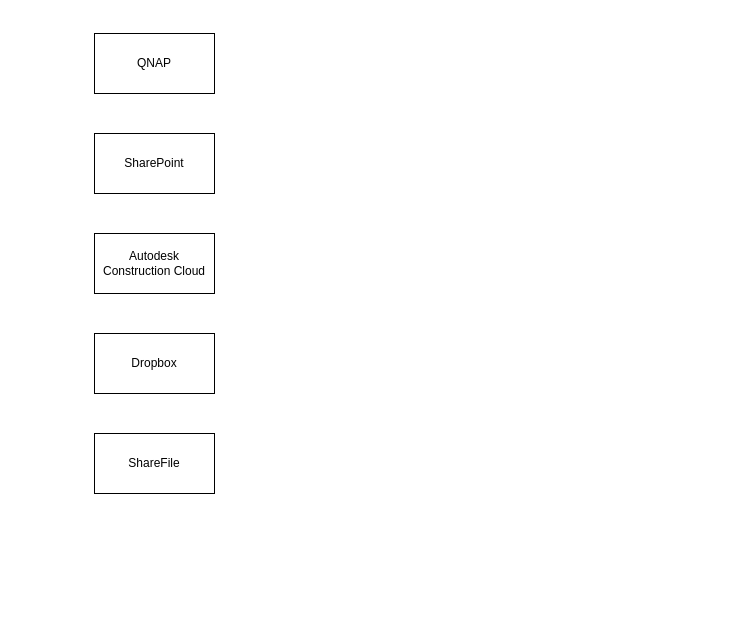
Before: StorageTopology.drawio in kyleguggy13/FFE-pyRevit, a draw.io diagram. Source tidied: cells renumbered, new cells numbered last; positions are measured from the earlier drawing's top-left corner, leaving out a move shared by most shapes. Both pictures are drawn from the tidied source at 100%, with x=0, y=0 at pixel (94, 33).
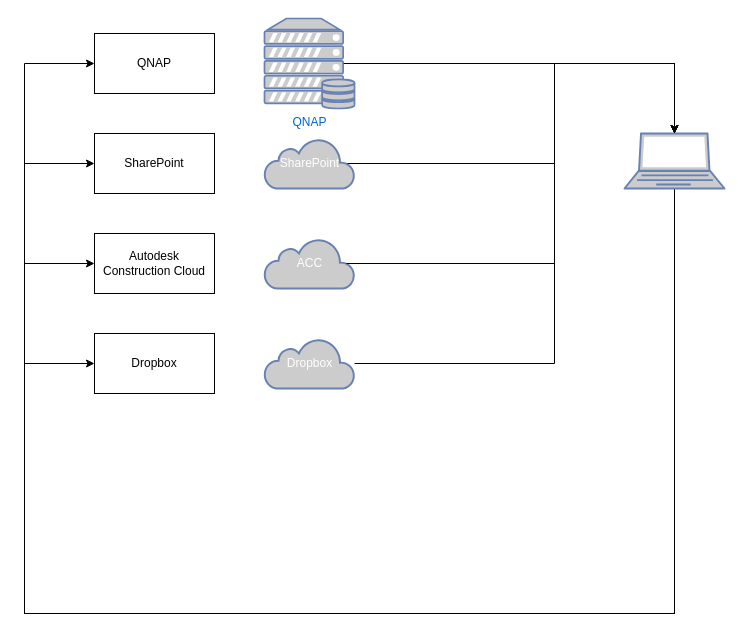
After the change.

The change refers to these unchanged cells:
```xml
<mxCell id="2" value="QNAP" style="whiteSpace=wrap;html=1;" parent="1" vertex="1">
  <mxGeometry width="120" height="60" as="geometry" />
</mxCell>
<mxCell id="3" value="SharePoint" style="whiteSpace=wrap;html=1;" parent="1" vertex="1">
  <mxGeometry y="100" width="120" height="60" as="geometry" />
</mxCell>
<mxCell id="4" value="Autodesk Construction Cloud" style="whiteSpace=wrap;html=1;" parent="1" vertex="1">
  <mxGeometry y="200" width="120" height="60" as="geometry" />
</mxCell>
<mxCell id="5" value="Dropbox" style="whiteSpace=wrap;html=1;" parent="1" vertex="1">
  <mxGeometry y="300" width="120" height="60" as="geometry" />
</mxCell>
```

The edit, as a diff of the source:
```diff
@@
-    <mxCell id="6" value="ShareFile" style="whiteSpace=wrap;html=1;" parent="1" vertex="1">
-      <mxGeometry y="400" width="120" height="60" as="geometry" />
-    </mxCell>
+    <mxCell id="7" value="QNAP" style="fontColor=#0066CC;verticalAlign=top;verticalLabelPosition=bottom;labelPosition=center;align=center;html=1;outlineConnect=0;fillColor=#CCCCCC;strokeColor=#6881B3;gradientColor=none;gradientDirection=north;strokeWidth=2;shape=mxgraph.networks.server_storage;" parent="1" vertex="1">
+      <mxGeometry x="170" y="-15" width="90" height="90" as="geometry" />
+    </mxCell>
+    <mxCell id="8" style="edgeStyle=orthogonalEdgeStyle;rounded=0;jettySize=auto;html=1;exitX=0.91;exitY=0.5;exitDx=0;exitDy=0;exitPerimeter=0;" parent="1" edge="1" source="9">
+      <mxGeometry relative="1" as="geometry">
+        <mxPoint x="580" y="100" as="targetPoint" />
+        <Array as="points">
+          <mxPoint x="460" y="130" />
+          <mxPoint x="460" y="30" />
+          <mxPoint x="580" y="30" />
+        </Array>
+      </mxGeometry>
+    </mxCell>
+    <mxCell id="9" value="SharePoint" style="html=1;outlineConnect=0;fillColor=#CCCCCC;strokeColor=#6881B3;gradientColor=none;gradientDirection=north;strokeWidth=2;shape=mxgraph.networks.cloud;fontColor=#ffffff;verticalAlign=middle;labelPosition=center;verticalLabelPosition=middle;align=center;" parent="1" vertex="1">
+      <mxGeometry x="170" y="105" width="90" height="50" as="geometry" />
+    </mxCell>
+    <mxCell id="10" value="ACC" style="html=1;outlineConnect=0;fillColor=#CCCCCC;strokeColor=#6881B3;gradientColor=none;gradientDirection=north;strokeWidth=2;shape=mxgraph.networks.cloud;fontColor=#ffffff;" parent="1" vertex="1">
+      <mxGeometry x="170" y="205" width="90" height="50" as="geometry" />
+    </mxCell>
+    <mxCell id="11" value="Dropbox" style="html=1;outlineConnect=0;fillColor=#CCCCCC;strokeColor=#6881B3;gradientColor=none;gradientDirection=north;strokeWidth=2;shape=mxgraph.networks.cloud;fontColor=#ffffff;" parent="1" vertex="1">
+      <mxGeometry x="170" y="305" width="90" height="50" as="geometry" />
+    </mxCell>
+    <mxCell id="12" style="edgeStyle=orthogonalEdgeStyle;rounded=0;jettySize=auto;html=1;entryX=0;entryY=0.5;entryDx=0;entryDy=0;" parent="1" edge="1" source="16" target="2">
+      <mxGeometry relative="1" as="geometry">
+        <Array as="points">
+          <mxPoint x="580" y="580" />
+          <mxPoint x="-70" y="580" />
+          <mxPoint x="-70" y="30" />
+        </Array>
+      </mxGeometry>
+    </mxCell>
+    <mxCell id="13" style="edgeStyle=orthogonalEdgeStyle;rounded=0;jettySize=auto;html=1;entryX=0;entryY=0.5;entryDx=0;entryDy=0;" parent="1" edge="1" source="16" target="3">
+      <mxGeometry relative="1" as="geometry">
+        <Array as="points">
+          <mxPoint x="580" y="580" />
+          <mxPoint x="-70" y="580" />
+          <mxPoint x="-70" y="130" />
+        </Array>
+      </mxGeometry>
+    </mxCell>
+    <mxCell id="14" style="edgeStyle=orthogonalEdgeStyle;rounded=0;jettySize=auto;html=1;entryX=0;entryY=0.5;entryDx=0;entryDy=0;" parent="1" edge="1" source="16" target="4">
+      <mxGeometry relative="1" as="geometry">
+        <Array as="points">
+          <mxPoint x="580" y="580" />
+          <mxPoint x="-70" y="580" />
+          <mxPoint x="-70" y="230" />
+        </Array>
+      </mxGeometry>
+    </mxCell>
+    <mxCell id="15" style="edgeStyle=orthogonalEdgeStyle;rounded=0;jettySize=auto;html=1;entryX=0;entryY=0.5;entryDx=0;entryDy=0;" parent="1" edge="1" source="16" target="5">
+      <mxGeometry relative="1" as="geometry">
+        <Array as="points">
+          <mxPoint x="580" y="580" />
+          <mxPoint x="-70" y="580" />
+          <mxPoint x="-70" y="330" />
+        </Array>
+      </mxGeometry>
+    </mxCell>
+    <mxCell id="16" style="fontColor=#0066CC;verticalAlign=top;verticalLabelPosition=bottom;labelPosition=center;align=center;html=1;outlineConnect=0;fillColor=#CCCCCC;strokeColor=#6881B3;gradientColor=none;gradientDirection=north;strokeWidth=2;shape=mxgraph.networks.laptop;" parent="1" vertex="1">
+      <mxGeometry x="530" y="100" width="100" height="55" as="geometry" />
+    </mxCell>
+    <mxCell id="17" style="edgeStyle=orthogonalEdgeStyle;rounded=0;jettySize=auto;html=1;exitX=0.88;exitY=0.5;exitDx=0;exitDy=0;exitPerimeter=0;entryX=0.5;entryY=0;entryDx=0;entryDy=0;entryPerimeter=0;" parent="1" edge="1" source="7" target="16">
+      <mxGeometry relative="1" as="geometry" />
+    </mxCell>
+    <mxCell id="18" style="edgeStyle=orthogonalEdgeStyle;rounded=0;jettySize=auto;html=1;exitX=0.91;exitY=0.5;exitDx=0;exitDy=0;exitPerimeter=0;entryX=0.5;entryY=0;entryDx=0;entryDy=0;entryPerimeter=0;" parent="1" edge="1" source="10" target="16">
+      <mxGeometry relative="1" as="geometry">
+        <Array as="points">
+          <mxPoint x="460" y="230" />
+          <mxPoint x="460" y="30" />
+          <mxPoint x="580" y="30" />
+        </Array>
+      </mxGeometry>
+    </mxCell>
+    <mxCell id="19" style="edgeStyle=orthogonalEdgeStyle;rounded=0;jettySize=auto;html=1;entryX=0.5;entryY=0;entryDx=0;entryDy=0;entryPerimeter=0;" parent="1" edge="1" source="11" target="16">
+      <mxGeometry relative="1" as="geometry">
+        <Array as="points">
+          <mxPoint x="460" y="330" />
+          <mxPoint x="460" y="30" />
+          <mxPoint x="580" y="30" />
+        </Array>
+      </mxGeometry>
+    </mxCell>
```
